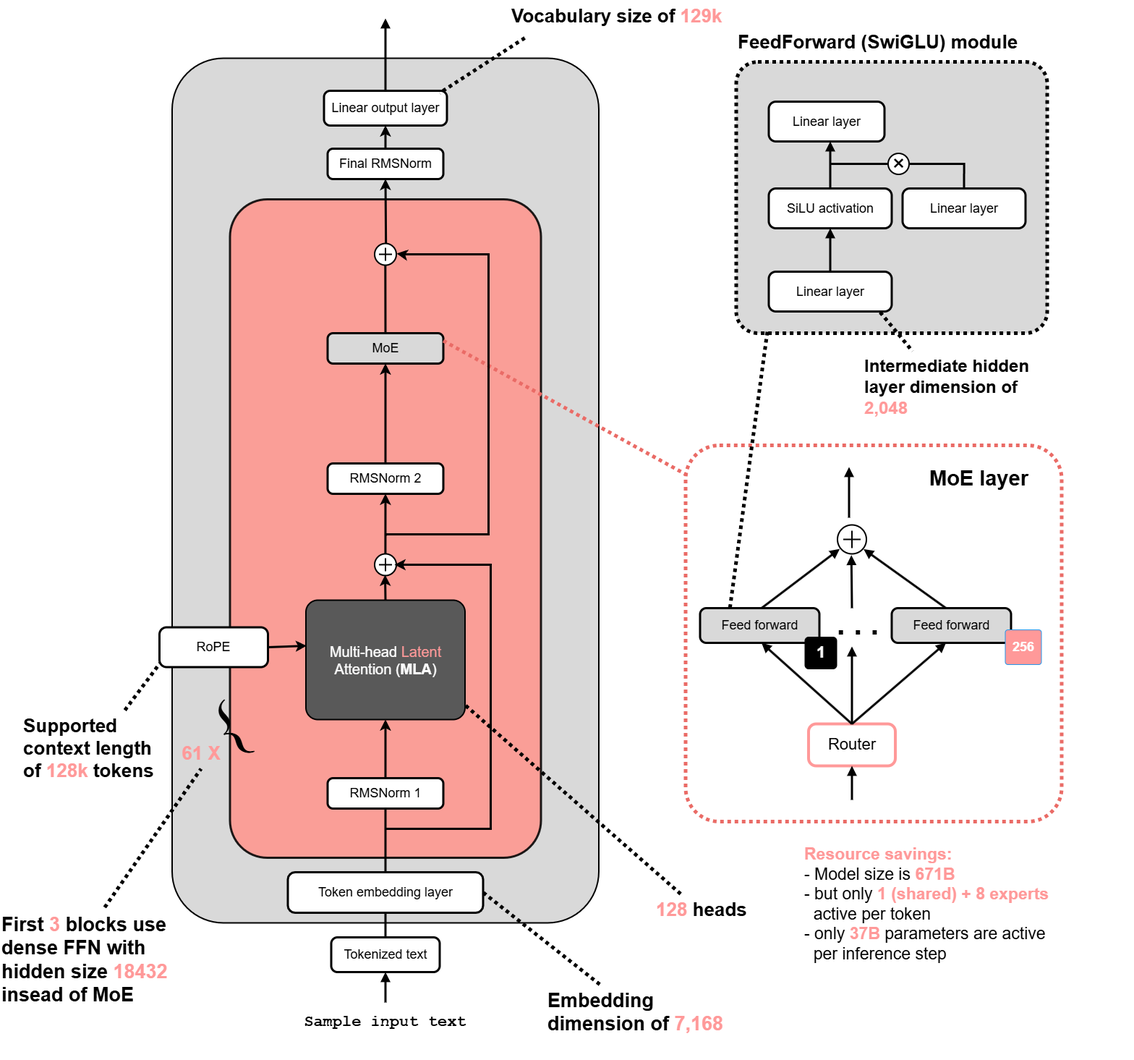
EarthWind/deeparch keeps this draw.io diagram as Models/DeepSeek/DeepSeek V3-R1(671B).drawio.png. Above is the earlier version. Source tidied: cells renumbered, new cells last; positions are measured from the earlier drawing's top-left corner, leaving out a move shared by most shapes.
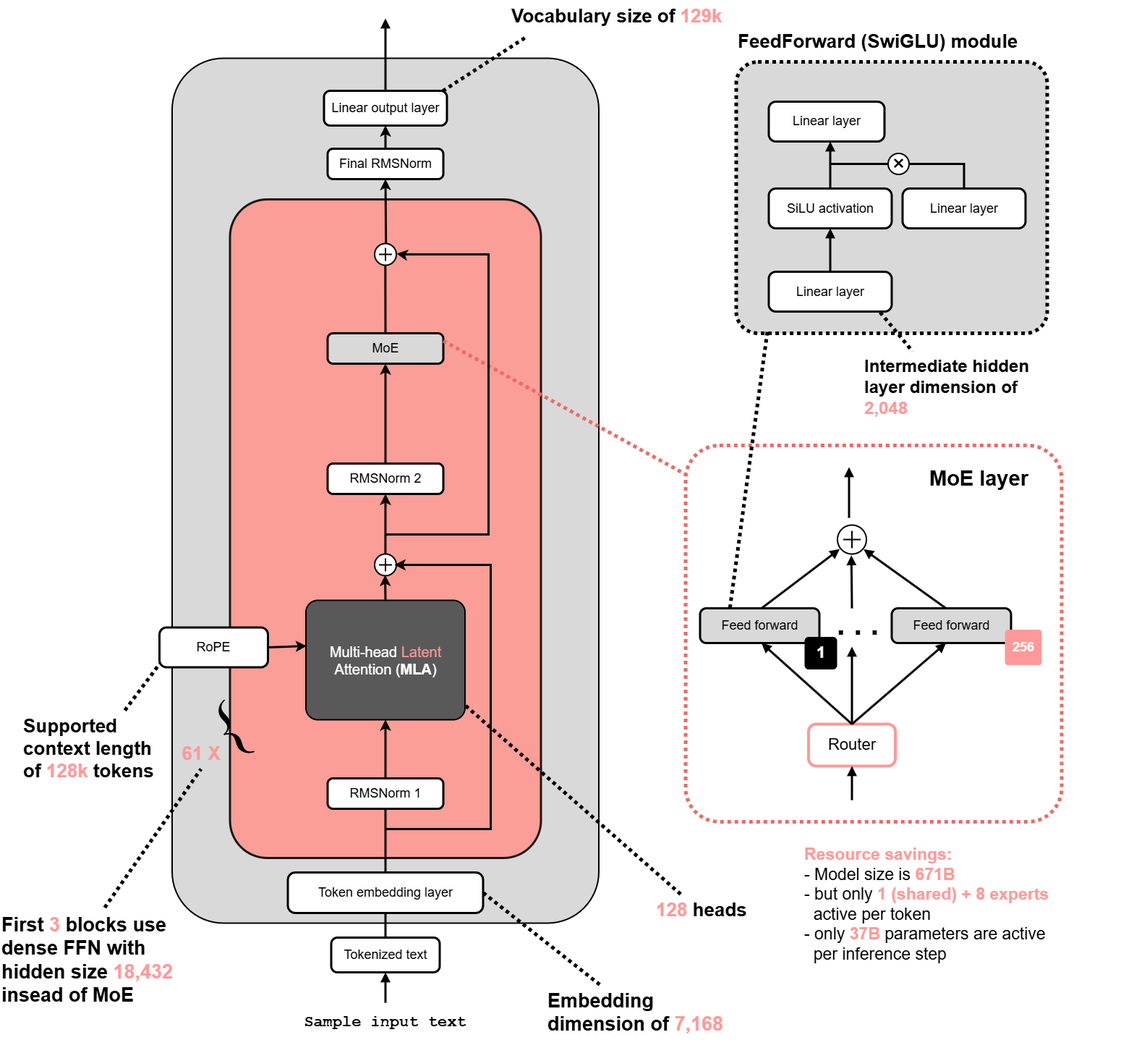
After the change.

What changed in the source:
```diff
@@ -66,7 +66,7 @@
     <mxCell id="21" style="endArrow=none;html=1;rounded=0;strokeWidth=5;strokeColor=#000000;dashed=1;dashPattern=1 1;entryX=0.005;entryY=0.899;entryDx=0;entryDy=0;entryPerimeter=0;" parent="1" edge="1" source="20" target="14">
       <mxGeometry relative="1" as="geometry" />
     </mxCell>
-    <mxCell id="22" value="First &lt;font style=&quot;color: rgb(255, 153, 153);&quot;&gt;3&lt;/font&gt; blocks use&lt;br&gt;dense FFN with&lt;div&gt;hidden size &lt;font style=&quot;color: rgb(255, 153, 153);&quot;&gt;18432&lt;/font&gt;&lt;/div&gt;&lt;div&gt;insead of MoE&lt;br&gt;&lt;/div&gt;" style="text;html=1;strokeColor=none;fillColor=none;align=left;verticalAlign=top;whiteSpace=wrap;rounded=0;fontFamily=Arial;fontStyle=1;fontSize=28;fontColor=#000000;fontSize=27;" parent="1" vertex="1">
+    <mxCell id="22" value="First &lt;font style=&quot;color: rgb(255, 153, 153);&quot;&gt;3&lt;/font&gt; blocks use&lt;br&gt;dense FFN with&lt;div&gt;hidden size &lt;font style=&quot;color: rgb(255, 153, 153);&quot;&gt;18,432&lt;/font&gt;&lt;/div&gt;&lt;div&gt;insead of MoE&lt;br&gt;&lt;/div&gt;" style="text;html=1;strokeColor=none;fillColor=none;align=left;verticalAlign=top;whiteSpace=wrap;rounded=0;fontFamily=Arial;fontStyle=1;fontSize=28;fontColor=#000000;fontSize=27;" parent="1" vertex="1">
       <mxGeometry y="1255" width="255" height="150" as="geometry" />
     </mxCell>
     <mxCell id="23" style="endArrow=none;html=1;rounded=0;strokeWidth=5;strokeColor=#000000;dashed=1;dashPattern=1 1;entryX=0.5;entryY=1;entryDx=0;entryDy=0;exitX=0.566;exitY=-0.01;exitDx=0;exitDy=0;exitPerimeter=0;" parent="1" edge="1" source="22" target="16">
@@ -138,7 +138,7 @@
     <mxCell id="42" value="1" style="rounded=1;whiteSpace=wrap;html=1;arcSize=12;strokeColor=#000000;strokeWidth=1;fillColor=#000000;fontFamily=Arial;fontStyle=1;fontSize=22;fontColor=#ffffff;align=center;verticalAlign=middle;" parent="1" vertex="1">
       <mxGeometry x="1112.5" y="880" width="44" height="44" as="geometry" />
     </mxCell>
-    <mxCell id="43" value="256" style="rounded=1;whiteSpace=wrap;html=1;arcSize=8;strokeColor=#1e96ed;strokeWidth=1;fillColor=#FF9999;fontFamily=Arial;fontStyle=1;fontSize=18;fontColor=#ffffff;align=center;verticalAlign=middle;" parent="1" vertex="1">
+    <mxCell id="43" value="256" style="rounded=1;whiteSpace=wrap;html=1;arcSize=8;strokeColor=light-dark(#fa9e97, #268dd8);strokeWidth=1;fillColor=#FF9999;fontFamily=Arial;fontStyle=1;fontSize=18;fontColor=#ffffff;align=center;verticalAlign=middle;" parent="1" vertex="1">
       <mxGeometry x="1389.5" y="870" width="50" height="48" as="geometry" />
     </mxCell>
     <mxCell id="44" value="&lt;font style=&quot;font-size: 42px;&quot;&gt;. . .&lt;/font&gt;" style="text;html=1;strokeColor=none;fillColor=none;align=left;verticalAlign=top;whiteSpace=wrap;rounded=0;fontFamily=Arial;fontSize=34;fontStyle=1;fontColor=#000000;align=center;verticalAlign=middle;" parent="1" vertex="1">
```
